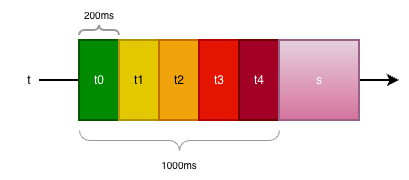
mlangc/mlangc.github.io keeps this draw.io diagram as docs/assets/drawings/2025-11-21-execute-vs-schedule.drawio.png. Above is the earlier version. Source tidied: cells renumbered, new cells last; positions are measured from the earlier drawing's top-left corner, leaving out a move shared by most shapes.
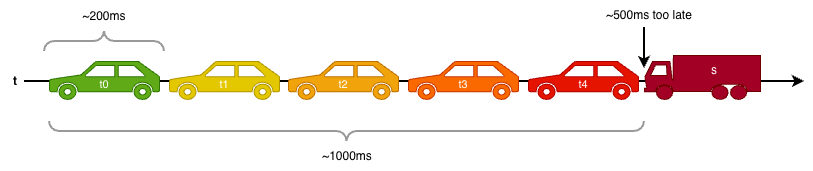
After the change.

The edit, as a diff of the source:
```diff
@@ -4,47 +4,69 @@
     <mxCell id="1" parent="0" />
     <mxCell id="2" style="endArrow=classic;html=1;rounded=0;strokeColor=#000000;strokeWidth=2;endFill=1;" parent="1" edge="1">
       <mxGeometry relative="1" as="geometry">
-        <mxPoint x="40" y="80" as="sourcePoint" />
-        <mxPoint x="400" y="80" as="targetPoint" />
+        <mxPoint x="-20" y="260" as="sourcePoint" />
+        <mxPoint x="760" y="260" as="targetPoint" />
       </mxGeometry>
     </mxCell>
-    <mxCell id="3" style="edgeStyle=orthogonalEdgeStyle;rounded=0;jettySize=auto;html=1;exitX=0.5;exitY=1;exitDx=0;exitDy=0;" parent="1" edge="1" source="4">
-      <mxGeometry relative="1" as="geometry">
-        <mxPoint x="99.7" y="130" as="targetPoint" />
-      </mxGeometry>
-    </mxCell>
-    <mxCell id="4" value="t0" style="rounded=0;whiteSpace=wrap;html=1;fillColor=#008a00;fontColor=#ffffff;strokeColor=#005700;strokeWidth=2;" parent="1" vertex="1">
-      <mxGeometry x="80" y="40" width="40" height="80" as="geometry" />
-    </mxCell>
-    <mxCell id="5" value="t1" style="rounded=0;whiteSpace=wrap;html=1;fillColor=#e3c800;fontColor=#000000;strokeColor=#B09500;strokeWidth=2;" parent="1" vertex="1">
-      <mxGeometry x="120" y="40" width="40" height="80" as="geometry" />
-    </mxCell>
-    <mxCell id="6" value="t2" style="rounded=0;whiteSpace=wrap;html=1;fillColor=#f0a30a;fontColor=#000000;strokeColor=#BD7000;strokeWidth=2;" parent="1" vertex="1">
-      <mxGeometry x="160" y="40" width="40" height="80" as="geometry" />
-    </mxCell>
-    <mxCell id="7" value="t3" style="rounded=0;whiteSpace=wrap;html=1;fillColor=#e51400;strokeColor=#B20000;strokeWidth=2;fontColor=#ffffff;" parent="1" vertex="1">
-      <mxGeometry x="200" y="40" width="40" height="80" as="geometry" />
-    </mxCell>
-    <mxCell id="8" value="t4" style="rounded=0;whiteSpace=wrap;html=1;fillColor=#a20025;fontColor=#ffffff;strokeColor=#6F0000;strokeWidth=2;" parent="1" vertex="1">
-      <mxGeometry x="240" y="40" width="40" height="80" as="geometry" />
-    </mxCell>
-    <mxCell id="9" value="s" style="rounded=0;whiteSpace=wrap;html=1;fillColor=#e6d0de;strokeColor=#996185;strokeWidth=2;gradientColor=#d5739d;" parent="1" vertex="1">
-      <mxGeometry x="280" y="40" width="80" height="80" as="geometry" />
-    </mxCell>
     <mxCell id="10" style="verticalLabelPosition=bottom;shadow=0;dashed=0;align=center;html=1;verticalAlign=top;strokeWidth=2;shape=mxgraph.mockup.markup.curlyBrace;whiteSpace=wrap;strokeColor=#999999;" parent="1" vertex="1">
-      <mxGeometry x="80" y="20" width="40" height="20" as="geometry" />
+      <mxGeometry y="210" width="120" height="20" as="geometry" />
     </mxCell>
-    <mxCell id="11" value="&lt;font style=&quot;color: rgb(0, 0, 0); font-size: 10px;&quot;&gt;200ms&lt;/font&gt;" style="text;html=1;whiteSpace=wrap;strokeColor=none;fillColor=none;align=center;verticalAlign=middle;rounded=0;" parent="1" vertex="1">
-      <mxGeometry x="70" width="60" height="30" as="geometry" />
+    <mxCell id="11" value="&lt;font style=&quot;color: rgb(0, 0, 0); font-size: 12px;&quot;&gt;~200ms&lt;/font&gt;" style="text;html=1;whiteSpace=wrap;strokeColor=none;fillColor=none;align=center;verticalAlign=middle;rounded=0;" parent="1" vertex="1">
+      <mxGeometry x="30" y="180" width="60" height="30" as="geometry" />
     </mxCell>
-    <mxCell id="12" style="verticalLabelPosition=bottom;shadow=0;dashed=0;align=center;html=1;verticalAlign=top;strokeWidth=1;shape=mxgraph.mockup.markup.curlyBrace;whiteSpace=wrap;strokeColor=#999999;direction=west;" parent="1" vertex="1">
-      <mxGeometry x="80" y="130" width="200" height="20" as="geometry" />
+    <mxCell id="12" style="verticalLabelPosition=bottom;shadow=0;dashed=0;align=center;html=1;verticalAlign=top;strokeWidth=2;shape=mxgraph.mockup.markup.curlyBrace;whiteSpace=wrap;strokeColor=#999999;direction=west;" parent="1" vertex="1">
+      <mxGeometry x="5" y="300" width="595" height="20" as="geometry" />
     </mxCell>
-    <mxCell id="13" value="&lt;font style=&quot;color: rgb(0, 0, 0); font-size: 10px;&quot;&gt;1000ms&lt;/font&gt;" style="text;html=1;whiteSpace=wrap;strokeColor=none;fillColor=none;align=center;verticalAlign=middle;rounded=0;" parent="1" vertex="1">
-      <mxGeometry x="150" y="150" width="60" height="30" as="geometry" />
+    <mxCell id="13" value="&lt;font style=&quot;color: rgb(0, 0, 0); font-size: 12px;&quot;&gt;~1000ms&lt;/font&gt;" style="text;html=1;whiteSpace=wrap;strokeColor=none;fillColor=none;align=center;verticalAlign=middle;rounded=0;" parent="1" vertex="1">
+      <mxGeometry x="272.5" y="320" width="60" height="30" as="geometry" />
     </mxCell>
-    <mxCell id="14" value="&lt;font style=&quot;color: rgb(0, 0, 0);&quot;&gt;t&lt;/font&gt;" style="text;html=1;whiteSpace=wrap;strokeColor=none;fillColor=none;align=center;verticalAlign=middle;rounded=0;" parent="1" vertex="1">
-      <mxGeometry y="65" width="60" height="30" as="geometry" />
+    <mxCell id="14" value="&lt;font style=&quot;color: rgb(0, 0, 0);&quot;&gt;&lt;b&gt;t&lt;/b&gt;&lt;/font&gt;" style="text;html=1;whiteSpace=wrap;strokeColor=none;fillColor=none;align=center;verticalAlign=middle;rounded=0;" parent="1" vertex="1">
+      <mxGeometry x="-44" y="245" width="30" height="30" as="geometry" />
     </mxCell>
+    <mxCell id="15" value="t1" style="shape=mxgraph.signs.transportation.car_3;html=1;fillColor=#60a917;strokeColor=#2D7600;verticalLabelPosition=bottom;verticalAlign=top;align=center;fontColor=#ffffff;" parent="1" vertex="1">
+      <mxGeometry x="5" y="240" width="110" height="38" as="geometry" />
+    </mxCell>
+    <mxCell id="16" style="shape=mxgraph.signs.transportation.car_3;html=1;fillColor=#e3c800;strokeColor=#B09500;verticalLabelPosition=bottom;verticalAlign=top;align=center;fontColor=#000000;" parent="1" vertex="1">
+      <mxGeometry x="125" y="240" width="110" height="38" as="geometry" />
+    </mxCell>
+    <mxCell id="17" style="shape=mxgraph.signs.transportation.car_3;html=1;fillColor=#f0a30a;strokeColor=#BD7000;verticalLabelPosition=bottom;verticalAlign=top;align=center;fontColor=#000000;" parent="1" vertex="1">
+      <mxGeometry x="244" y="240" width="110" height="38" as="geometry" />
+    </mxCell>
+    <mxCell id="18" style="shape=mxgraph.signs.transportation.car_3;html=1;fillColor=#fa6800;strokeColor=#C73500;verticalLabelPosition=bottom;verticalAlign=top;align=center;fontColor=#000000;" parent="1" vertex="1">
+      <mxGeometry x="364" y="240" width="110" height="38" as="geometry" />
+    </mxCell>
+    <mxCell id="19" style="shape=mxgraph.signs.transportation.car_3;html=1;fillColor=#e51400;strokeColor=#B20000;verticalLabelPosition=bottom;verticalAlign=top;align=center;fontColor=#ffffff;" parent="1" vertex="1">
+      <mxGeometry x="484" y="240" width="110" height="38" as="geometry" />
+    </mxCell>
+    <mxCell id="20" style="shape=mxgraph.signs.transportation.truck_3;html=1;fillColor=#a20025;strokeColor=#6F0000;verticalLabelPosition=bottom;verticalAlign=top;align=center;fontColor=#ffffff;" parent="1" vertex="1">
+      <mxGeometry x="600" y="234" width="116" height="44" as="geometry" />
+    </mxCell>
+    <mxCell id="21" style="endArrow=classic;html=1;rounded=0;strokeWidth=2;" parent="1" edge="1">
+      <mxGeometry relative="1" as="geometry">
+        <mxPoint x="600" y="206" as="sourcePoint" />
+        <mxPoint x="600" y="247" as="targetPoint" />
+      </mxGeometry>
+    </mxCell>
+    <mxCell id="22" value="&lt;font style=&quot;color: rgb(0, 0, 0); font-size: 12px;&quot;&gt;~500ms too late&lt;/font&gt;" style="text;html=1;whiteSpace=wrap;strokeColor=none;fillColor=none;align=center;verticalAlign=middle;rounded=0;" parent="1" vertex="1">
+      <mxGeometry x="550" y="179" width="110" height="30" as="geometry" />
+    </mxCell>
+    <mxCell id="4" value="&lt;font style=&quot;color: rgb(255, 255, 255); font-size: 11px;&quot;&gt;t0&lt;/font&gt;" style="text;html=1;whiteSpace=wrap;strokeColor=none;fillColor=none;align=center;verticalAlign=middle;rounded=0;" parent="1" vertex="1">
+      <mxGeometry x="30" y="248" width="60" height="30" as="geometry" />
+    </mxCell>
+    <mxCell id="23" value="&lt;font style=&quot;color: rgb(255, 255, 255); font-size: 11px;&quot;&gt;t1&lt;/font&gt;" style="text;html=1;whiteSpace=wrap;strokeColor=none;fillColor=none;align=center;verticalAlign=middle;rounded=0;" parent="1" vertex="1">
+      <mxGeometry x="150" y="248" width="60" height="30" as="geometry" />
+    </mxCell>
+    <mxCell id="6" value="&lt;font style=&quot;color: rgb(255, 255, 255); font-size: 11px;&quot;&gt;t2&lt;/font&gt;" style="text;html=1;whiteSpace=wrap;strokeColor=none;fillColor=none;align=center;verticalAlign=middle;rounded=0;" parent="1" vertex="1">
+      <mxGeometry x="269" y="248" width="60" height="30" as="geometry" />
+    </mxCell>
+    <mxCell id="24" value="&lt;font style=&quot;color: rgb(255, 255, 255); font-size: 11px;&quot;&gt;t3&lt;/font&gt;&lt;span style=&quot;color: rgba(0, 0, 0, 0); font-family: monospace; font-size: 0px; text-align: start; text-wrap-mode: nowrap;&quot;&gt;%3CmxGraphModel%3E%3Croot%3E%3CmxCell%20id%3D%220%22%2F%3E%3CmxCell%20id%3D%221%22%20parent%3D%220%22%2F%3E%3CmxCell%20id%3D%222%22%20value%3D%22%26lt%3Bfont%20style%3D%26quot%3Bcolor%3A%20rgb(255%2C%20255%2C%20255)%3B%20font-size%3A%2011px%3B%26quot%3B%26gt%3Bt2%26lt%3B%2Ffont%26gt%3B%22%20style%3D%22text%3Bhtml%3D1%3BwhiteSpace%3Dwrap%3BstrokeColor%3Dnone%3BfillColor%3Dnone%3Balign%3Dcenter%3BverticalAlign%3Dmiddle%3Brounded%3D0%3B%22%20vertex%3D%221%22%20parent%3D%221%22%3E%3CmxGeometry%20x%3D%22309%22%20y%3D%22328%22%20width%3D%2260%22%20height%3D%2230%22%20as%3D%22geometry%22%2F%3E%3C%2FmxCell%3E%3C%2Froot%3E%3C%2FmxGraphModel%3E&lt;/span&gt;" style="text;html=1;whiteSpace=wrap;strokeColor=none;fillColor=none;align=center;verticalAlign=middle;rounded=0;" parent="1" vertex="1">
+      <mxGeometry x="389" y="248" width="60" height="30" as="geometry" />
+    </mxCell>
+    <mxCell id="8" value="&lt;font color=&quot;#ffffff&quot;&gt;&lt;span style=&quot;font-size: 11px;&quot;&gt;t4&lt;/span&gt;&lt;/font&gt;" style="text;html=1;whiteSpace=wrap;strokeColor=none;fillColor=none;align=center;verticalAlign=middle;rounded=0;" parent="1" vertex="1">
+      <mxGeometry x="509" y="248" width="60" height="30" as="geometry" />
+    </mxCell>
+    <mxCell id="9" value="&lt;font color=&quot;#ffffff&quot; style=&quot;font-size: 12px;&quot;&gt;s&lt;/font&gt;" style="text;html=1;whiteSpace=wrap;strokeColor=none;fillColor=none;align=center;verticalAlign=middle;rounded=0;" parent="1" vertex="1">
+      <mxGeometry x="640" y="234" width="60" height="30" as="geometry" />
+    </mxCell>
   </root>
 </mxGraphModel>
```
